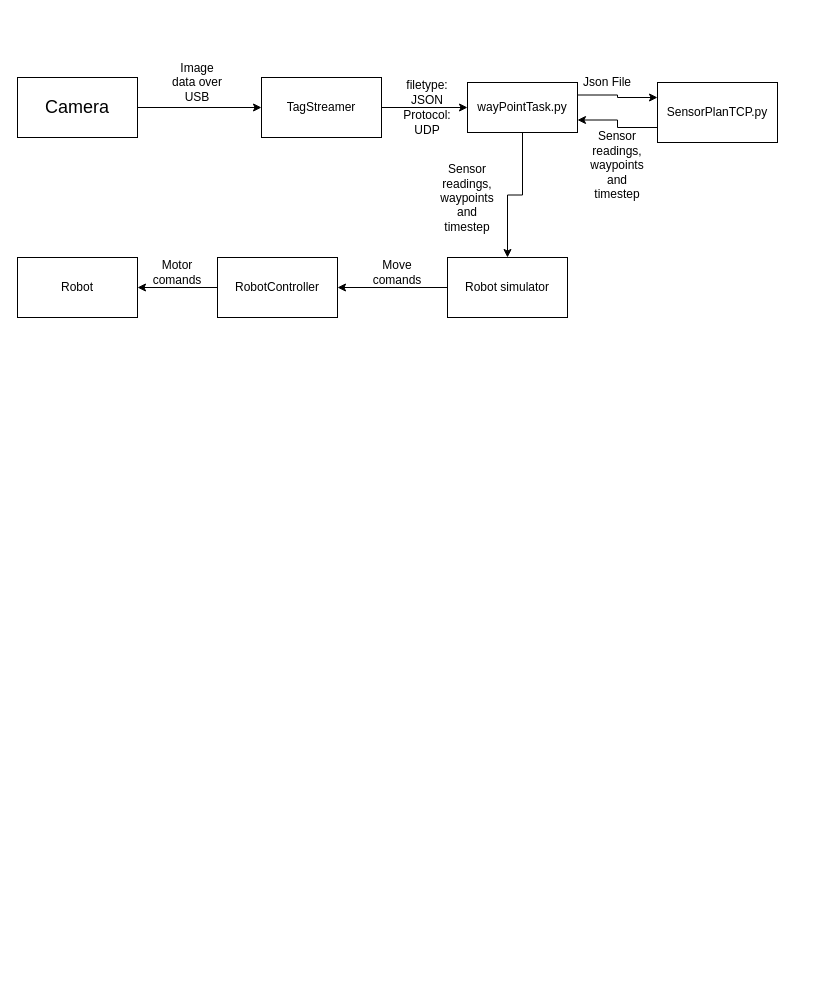
This is Untitled Diagram.drawio from AddyKore/HRB_P1, a draw.io file, before an edit. Source tidied: cells renumbered, new cells numbered last; positions are measured from the earlier drawing's top-left corner, leaving out a move shared by most shapes. Both pictures are drawn from the tidied source at 100%, with x=0, y=0 at pixel (17, 67).
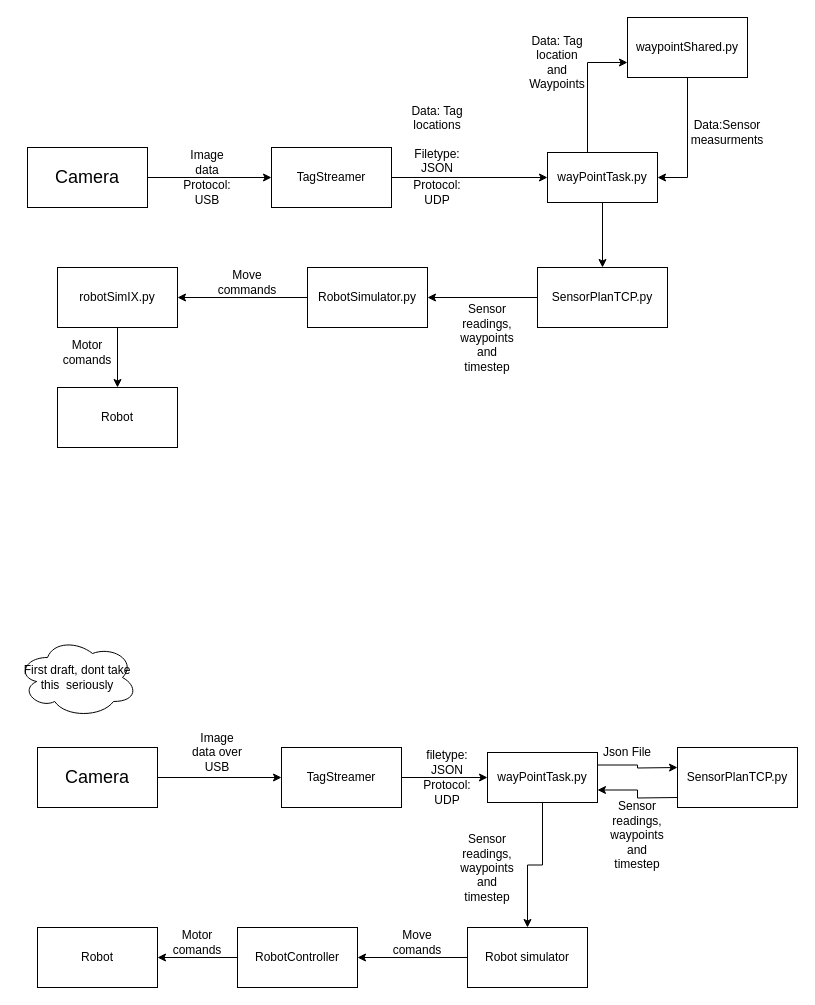
The same page after the edit.

Diff of the diagram source:
```diff
@@
     <mxCell id="2" value="&lt;font style=&quot;font-size: 18px;&quot;&gt;Camera&lt;/font&gt;" style="rounded=0;whiteSpace=wrap;html=1;" parent="1" vertex="1">
-      <mxGeometry y="10" width="120" height="60" as="geometry" />
+      <mxGeometry x="10" y="80" width="120" height="60" as="geometry" />
     </mxCell>
@@
     <mxCell id="4" value="TagStreamer" style="rounded=0;whiteSpace=wrap;html=1;" parent="1" vertex="1">
-      <mxGeometry x="244" y="10" width="120" height="60" as="geometry" />
+      <mxGeometry x="254" y="80" width="120" height="60" as="geometry" />
     </mxCell>
@@
-    <mxCell id="6" value="Image data over USB" style="text;html=1;strokeColor=none;fillColor=none;align=center;verticalAlign=middle;whiteSpace=wrap;rounded=0;" parent="1" vertex="1">
-      <mxGeometry x="150" width="60" height="30" as="geometry" />
+    <mxCell id="6" value="Image data" style="text;html=1;strokeColor=none;fillColor=none;align=center;verticalAlign=middle;whiteSpace=wrap;rounded=0;" parent="1" vertex="1">
+      <mxGeometry x="160" y="80" width="60" height="30" as="geometry" />
     </mxCell>
-    <mxCell id="7" style="edgeStyle=orthogonalEdgeStyle;rounded=0;jettySize=auto;html=1;exitX=1;exitY=0.25;exitDx=0;exitDy=0;entryX=0;entryY=0.25;entryDx=0;entryDy=0;" parent="1" edge="1" source="9" target="13">
-      <mxGeometry relative="1" as="geometry" />
+    <mxCell id="7" style="edgeStyle=orthogonalEdgeStyle;rounded=0;jettySize=auto;html=1;exitX=0.75;exitY=0;exitDx=0;exitDy=0;entryX=0;entryY=0.75;entryDx=0;entryDy=0;" parent="1" edge="1" source="9" target="13">
+      <mxGeometry relative="1" as="geometry">
+        <Array as="points">
+          <mxPoint x="570" y="85" />
+          <mxPoint x="570" y="-5" />
+        </Array>
+      </mxGeometry>
     </mxCell>
-    <mxCell id="8" style="edgeStyle=orthogonalEdgeStyle;rounded=0;jettySize=auto;html=1;entryX=0.5;entryY=0;entryDx=0;entryDy=0;" parent="1" edge="1" source="9" target="17">
-      <mxGeometry relative="1" as="geometry" />
-    </mxCell>
+    <mxCell id="24" style="edgeStyle=orthogonalEdgeStyle;rounded=0;jettySize=auto;html=1;" parent="1" edge="1" source="9" target="50">
+      <mxGeometry relative="1" as="geometry" />
+    </mxCell>
     <mxCell id="9" value="&lt;div&gt;wayPointTask.py&lt;/div&gt;" style="html=1;whiteSpace=wrap;" parent="1" vertex="1">
-      <mxGeometry x="450" y="15" width="110" height="50" as="geometry" />
+      <mxGeometry x="530" y="85" width="110" height="50" as="geometry" />
     </mxCell>
-    <mxCell id="10" value="filetype: JSON" style="text;html=1;strokeColor=none;fillColor=none;align=center;verticalAlign=middle;whiteSpace=wrap;rounded=0;" parent="1" vertex="1">
-      <mxGeometry x="380" y="10" width="60" height="30" as="geometry" />
+    <mxCell id="10" value="&lt;div&gt;&lt;br&gt;&lt;/div&gt;&lt;div&gt;Data: Tag locations&lt;/div&gt;&lt;div&gt;&lt;br&gt;&lt;/div&gt;&lt;div&gt;Filetype: JSON&lt;br&gt;&lt;/div&gt;" style="text;html=1;strokeColor=none;fillColor=none;align=center;verticalAlign=middle;whiteSpace=wrap;rounded=0;" parent="1" vertex="1">
+      <mxGeometry x="390" y="30" width="60" height="70" as="geometry" />
     </mxCell>
     <mxCell id="11" value="Protocol: UDP" style="text;html=1;strokeColor=none;fillColor=none;align=center;verticalAlign=middle;whiteSpace=wrap;rounded=0;" parent="1" vertex="1">
-      <mxGeometry x="380" y="40" width="60" height="30" as="geometry" />
+      <mxGeometry x="390" y="110" width="60" height="30" as="geometry" />
     </mxCell>
-    <mxCell id="12" style="edgeStyle=orthogonalEdgeStyle;rounded=0;jettySize=auto;html=1;exitX=0;exitY=0.75;exitDx=0;exitDy=0;entryX=1;entryY=0.75;entryDx=0;entryDy=0;" parent="1" edge="1" source="13" target="9">
-      <mxGeometry relative="1" as="geometry" />
+    <mxCell id="12" style="edgeStyle=orthogonalEdgeStyle;rounded=0;jettySize=auto;html=1;entryX=1;entryY=0.5;entryDx=0;entryDy=0;" parent="1" edge="1" source="13" target="9">
+      <mxGeometry relative="1" as="geometry">
+        <Array as="points">
+          <mxPoint x="670" y="110" />
+        </Array>
+      </mxGeometry>
     </mxCell>
-    <mxCell id="13" value="SensorPlanTCP.py" style="rounded=0;whiteSpace=wrap;html=1;" parent="1" vertex="1">
-      <mxGeometry x="640" y="15" width="120" height="60" as="geometry" />
+    <mxCell id="13" value="waypointShared.py" style="rounded=0;whiteSpace=wrap;html=1;" parent="1" vertex="1">
+      <mxGeometry x="610" y="-50" width="120" height="60" as="geometry" />
     </mxCell>
-    <mxCell id="14" value="Json File" style="text;html=1;strokeColor=none;fillColor=none;align=center;verticalAlign=middle;whiteSpace=wrap;rounded=0;" parent="1" vertex="1">
-      <mxGeometry x="560" width="60" height="30" as="geometry" />
+    <mxCell id="14" value="Data: Tag location and Waypoints" style="text;html=1;strokeColor=none;fillColor=none;align=center;verticalAlign=middle;whiteSpace=wrap;rounded=0;" parent="1" vertex="1">
+      <mxGeometry x="510" y="-20" width="60" height="30" as="geometry" />
     </mxCell>
-    <mxCell id="15" value="&lt;div&gt;Sensor readings, waypoints and timestep&lt;/div&gt;&lt;div&gt;&lt;br&gt;&lt;/div&gt;" style="text;html=1;strokeColor=none;fillColor=none;align=center;verticalAlign=middle;whiteSpace=wrap;rounded=0;" parent="1" vertex="1">
-      <mxGeometry x="570" y="90" width="60" height="30" as="geometry" />
+    <mxCell id="15" value="Data:Sensor measurments" style="text;html=1;strokeColor=none;fillColor=none;align=center;verticalAlign=middle;whiteSpace=wrap;rounded=0;" parent="1" vertex="1">
+      <mxGeometry x="680" y="50" width="60" height="30" as="geometry" />
     </mxCell>
@@
-    <mxCell id="17" value="Robot simulator" style="rounded=0;whiteSpace=wrap;html=1;" parent="1" vertex="1">
-      <mxGeometry x="430" y="190" width="120" height="60" as="geometry" />
+    <mxCell id="17" value="RobotSimulator.py" style="rounded=0;whiteSpace=wrap;html=1;" parent="1" vertex="1">
+      <mxGeometry x="290" y="200" width="120" height="60" as="geometry" />
     </mxCell>
     <mxCell id="18" value="&lt;div&gt;Sensor readings, waypoints and timestep&lt;/div&gt;&lt;div&gt;&lt;br&gt;&lt;br&gt;&lt;/div&gt;" style="text;html=1;strokeColor=none;fillColor=none;align=center;verticalAlign=middle;whiteSpace=wrap;rounded=0;" parent="1" vertex="1">
-      <mxGeometry x="420" y="130" width="60" height="30" as="geometry" />
+      <mxGeometry x="440" y="270" width="60" height="30" as="geometry" />
     </mxCell>
-    <mxCell id="19" style="edgeStyle=orthogonalEdgeStyle;rounded=0;jettySize=auto;html=1;entryX=1;entryY=0.5;entryDx=0;entryDy=0;" parent="1" edge="1" source="20" target="21">
+    <mxCell id="19" style="edgeStyle=orthogonalEdgeStyle;rounded=0;jettySize=auto;html=1;exitX=0.5;exitY=1;exitDx=0;exitDy=0;" parent="1" edge="1" source="20" target="21">
       <mxGeometry relative="1" as="geometry" />
     </mxCell>
-    <mxCell id="20" value="RobotController" style="rounded=0;whiteSpace=wrap;html=1;" parent="1" vertex="1">
-      <mxGeometry x="200" y="190" width="120" height="60" as="geometry" />
+    <mxCell id="20" value="robotSimIX.py" style="rounded=0;whiteSpace=wrap;html=1;" parent="1" vertex="1">
+      <mxGeometry x="40" y="200" width="120" height="60" as="geometry" />
     </mxCell>
     <mxCell id="21" value="Robot" style="rounded=0;whiteSpace=wrap;html=1;" parent="1" vertex="1">
-      <mxGeometry y="190" width="120" height="60" as="geometry" />
+      <mxGeometry x="40" y="320" width="120" height="60" as="geometry" />
     </mxCell>
-    <mxCell id="22" value="Move comands" style="text;html=1;strokeColor=none;fillColor=none;align=center;verticalAlign=middle;whiteSpace=wrap;rounded=0;" parent="1" vertex="1">
-      <mxGeometry x="350" y="190" width="60" height="30" as="geometry" />
+    <mxCell id="22" value="Move commands" style="text;html=1;strokeColor=none;fillColor=none;align=center;verticalAlign=middle;whiteSpace=wrap;rounded=0;" parent="1" vertex="1">
+      <mxGeometry x="200" y="200" width="60" height="30" as="geometry" />
     </mxCell>
     <mxCell id="23" value="Motor comands" style="text;html=1;strokeColor=none;fillColor=none;align=center;verticalAlign=middle;whiteSpace=wrap;rounded=0;" parent="1" vertex="1">
-      <mxGeometry x="130" y="190" width="60" height="30" as="geometry" />
+      <mxGeometry x="40" y="270" width="60" height="30" as="geometry" />
     </mxCell>
+    <mxCell id="25" value="&lt;font style=&quot;font-size: 18px;&quot;&gt;Camera&lt;/font&gt;" style="rounded=0;whiteSpace=wrap;html=1;" parent="1" vertex="1">
+      <mxGeometry x="20" y="680" width="120" height="60" as="geometry" />
+    </mxCell>
+    <mxCell id="26" style="edgeStyle=orthogonalEdgeStyle;rounded=0;jettySize=auto;html=1;" parent="1" edge="1" source="27" target="32">
+      <mxGeometry relative="1" as="geometry" />
+    </mxCell>
+    <mxCell id="27" value="TagStreamer" style="rounded=0;whiteSpace=wrap;html=1;" parent="1" vertex="1">
+      <mxGeometry x="264" y="680" width="120" height="60" as="geometry" />
+    </mxCell>
+    <mxCell id="28" style="endArrow=classic;html=1;rounded=0;entryX=0;entryY=0.5;entryDx=0;entryDy=0;exitX=1;exitY=0.5;exitDx=0;exitDy=0;" parent="1" edge="1" source="25" target="27">
+      <mxGeometry relative="1" as="geometry" />
+    </mxCell>
+    <mxCell id="29" value="Image data over USB" style="text;html=1;strokeColor=none;fillColor=none;align=center;verticalAlign=middle;whiteSpace=wrap;rounded=0;" parent="1" vertex="1">
+      <mxGeometry x="170" y="670" width="60" height="30" as="geometry" />
+    </mxCell>
+    <mxCell id="30" style="edgeStyle=orthogonalEdgeStyle;rounded=0;jettySize=auto;html=1;exitX=1;exitY=0.25;exitDx=0;exitDy=0;entryX=0;entryY=0.25;entryDx=0;entryDy=0;" parent="1" edge="1" source="32">
+      <mxGeometry relative="1" as="geometry">
+        <mxPoint x="660" y="700" as="targetPoint" />
+      </mxGeometry>
+    </mxCell>
+    <mxCell id="31" style="edgeStyle=orthogonalEdgeStyle;rounded=0;jettySize=auto;html=1;entryX=0.5;entryY=0;entryDx=0;entryDy=0;" parent="1" edge="1" source="32" target="40">
+      <mxGeometry relative="1" as="geometry" />
+    </mxCell>
+    <mxCell id="32" value="&lt;div&gt;wayPointTask.py&lt;/div&gt;" style="html=1;whiteSpace=wrap;" parent="1" vertex="1">
+      <mxGeometry x="470" y="685" width="110" height="50" as="geometry" />
+    </mxCell>
+    <mxCell id="33" value="filetype: JSON" style="text;html=1;strokeColor=none;fillColor=none;align=center;verticalAlign=middle;whiteSpace=wrap;rounded=0;" parent="1" vertex="1">
+      <mxGeometry x="400" y="680" width="60" height="30" as="geometry" />
+    </mxCell>
+    <mxCell id="34" value="Protocol: UDP" style="text;html=1;strokeColor=none;fillColor=none;align=center;verticalAlign=middle;whiteSpace=wrap;rounded=0;" parent="1" vertex="1">
+      <mxGeometry x="400" y="710" width="60" height="30" as="geometry" />
+    </mxCell>
+    <mxCell id="35" style="edgeStyle=orthogonalEdgeStyle;rounded=0;jettySize=auto;html=1;exitX=0;exitY=0.75;exitDx=0;exitDy=0;entryX=1;entryY=0.75;entryDx=0;entryDy=0;" parent="1" edge="1" target="32">
+      <mxGeometry relative="1" as="geometry">
+        <mxPoint x="660" y="730" as="sourcePoint" />
+      </mxGeometry>
+    </mxCell>
+    <mxCell id="36" value="SensorPlanTCP.py" style="rounded=0;whiteSpace=wrap;html=1;" parent="1" vertex="1">
+      <mxGeometry x="660" y="680" width="120" height="60" as="geometry" />
+    </mxCell>
+    <mxCell id="37" value="Json File" style="text;html=1;strokeColor=none;fillColor=none;align=center;verticalAlign=middle;whiteSpace=wrap;rounded=0;" parent="1" vertex="1">
+      <mxGeometry x="580" y="670" width="60" height="30" as="geometry" />
+    </mxCell>
+    <mxCell id="38" value="&lt;div&gt;Sensor readings, waypoints and timestep&lt;/div&gt;&lt;div&gt;&lt;br&gt;&lt;/div&gt;" style="text;html=1;strokeColor=none;fillColor=none;align=center;verticalAlign=middle;whiteSpace=wrap;rounded=0;" parent="1" vertex="1">
+      <mxGeometry x="590" y="760" width="60" height="30" as="geometry" />
+    </mxCell>
+    <mxCell id="39" style="edgeStyle=orthogonalEdgeStyle;rounded=0;jettySize=auto;html=1;exitX=0;exitY=0.5;exitDx=0;exitDy=0;entryX=1;entryY=0.5;entryDx=0;entryDy=0;" parent="1" edge="1" source="40" target="43">
+      <mxGeometry relative="1" as="geometry" />
+    </mxCell>
+    <mxCell id="40" value="Robot simulator" style="rounded=0;whiteSpace=wrap;html=1;" parent="1" vertex="1">
+      <mxGeometry x="450" y="860" width="120" height="60" as="geometry" />
+    </mxCell>
+    <mxCell id="41" value="&lt;div&gt;Sensor readings, waypoints and timestep&lt;/div&gt;&lt;div&gt;&lt;br&gt;&lt;br&gt;&lt;/div&gt;" style="text;html=1;strokeColor=none;fillColor=none;align=center;verticalAlign=middle;whiteSpace=wrap;rounded=0;" parent="1" vertex="1">
+      <mxGeometry x="440" y="800" width="60" height="30" as="geometry" />
+    </mxCell>
+    <mxCell id="42" style="edgeStyle=orthogonalEdgeStyle;rounded=0;jettySize=auto;html=1;entryX=1;entryY=0.5;entryDx=0;entryDy=0;" parent="1" edge="1" source="43" target="44">
+      <mxGeometry relative="1" as="geometry" />
+    </mxCell>
+    <mxCell id="43" value="RobotController" style="rounded=0;whiteSpace=wrap;html=1;" parent="1" vertex="1">
+      <mxGeometry x="220" y="860" width="120" height="60" as="geometry" />
+    </mxCell>
+    <mxCell id="44" value="Robot" style="rounded=0;whiteSpace=wrap;html=1;" parent="1" vertex="1">
+      <mxGeometry x="20" y="860" width="120" height="60" as="geometry" />
+    </mxCell>
+    <mxCell id="45" value="Move comands" style="text;html=1;strokeColor=none;fillColor=none;align=center;verticalAlign=middle;whiteSpace=wrap;rounded=0;" parent="1" vertex="1">
+      <mxGeometry x="370" y="860" width="60" height="30" as="geometry" />
+    </mxCell>
+    <mxCell id="46" value="Motor comands" style="text;html=1;strokeColor=none;fillColor=none;align=center;verticalAlign=middle;whiteSpace=wrap;rounded=0;" parent="1" vertex="1">
+      <mxGeometry x="150" y="860" width="60" height="30" as="geometry" />
+    </mxCell>
+    <mxCell id="47" value="First draft, dont take this&amp;nbsp; seriously" style="ellipse;shape=cloud;whiteSpace=wrap;html=1;" parent="1" vertex="1">
+      <mxGeometry y="570" width="120" height="80" as="geometry" />
+    </mxCell>
+    <mxCell id="48" value="Protocol: USB" style="text;html=1;strokeColor=none;fillColor=none;align=center;verticalAlign=middle;whiteSpace=wrap;rounded=0;" parent="1" vertex="1">
+      <mxGeometry x="160" y="110" width="60" height="30" as="geometry" />
+    </mxCell>
+    <mxCell id="49" style="edgeStyle=orthogonalEdgeStyle;rounded=0;jettySize=auto;html=1;exitX=0;exitY=0.5;exitDx=0;exitDy=0;entryX=1;entryY=0.5;entryDx=0;entryDy=0;" parent="1" edge="1" source="50" target="17">
+      <mxGeometry relative="1" as="geometry" />
+    </mxCell>
+    <mxCell id="50" value="SensorPlanTCP.py" style="rounded=0;whiteSpace=wrap;html=1;" parent="1" vertex="1">
+      <mxGeometry x="520" y="200" width="130" height="60" as="geometry" />
+    </mxCell>
```
